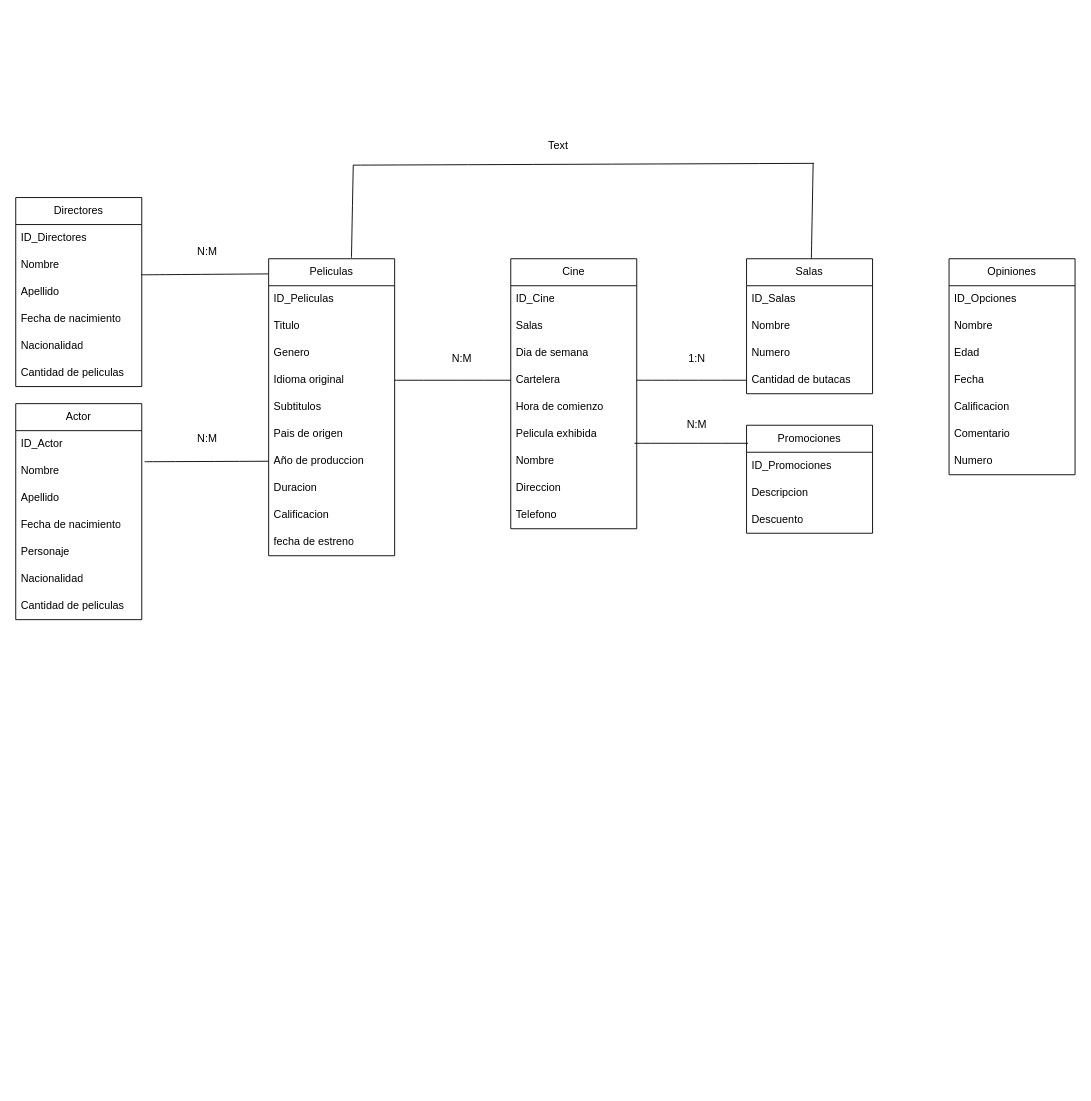
This is Diagrama sin título.drawio from Luc4sRuiz/Lucasrepositorios, a draw.io file, before an edit. Source tidied: cells renumbered, new cells numbered last; positions are measured from the earlier drawing's top-left corner, leaving out a move shared by most shapes. Both pictures are drawn from the tidied source at 90%, with x=0, y=0 at pixel (15, 132).
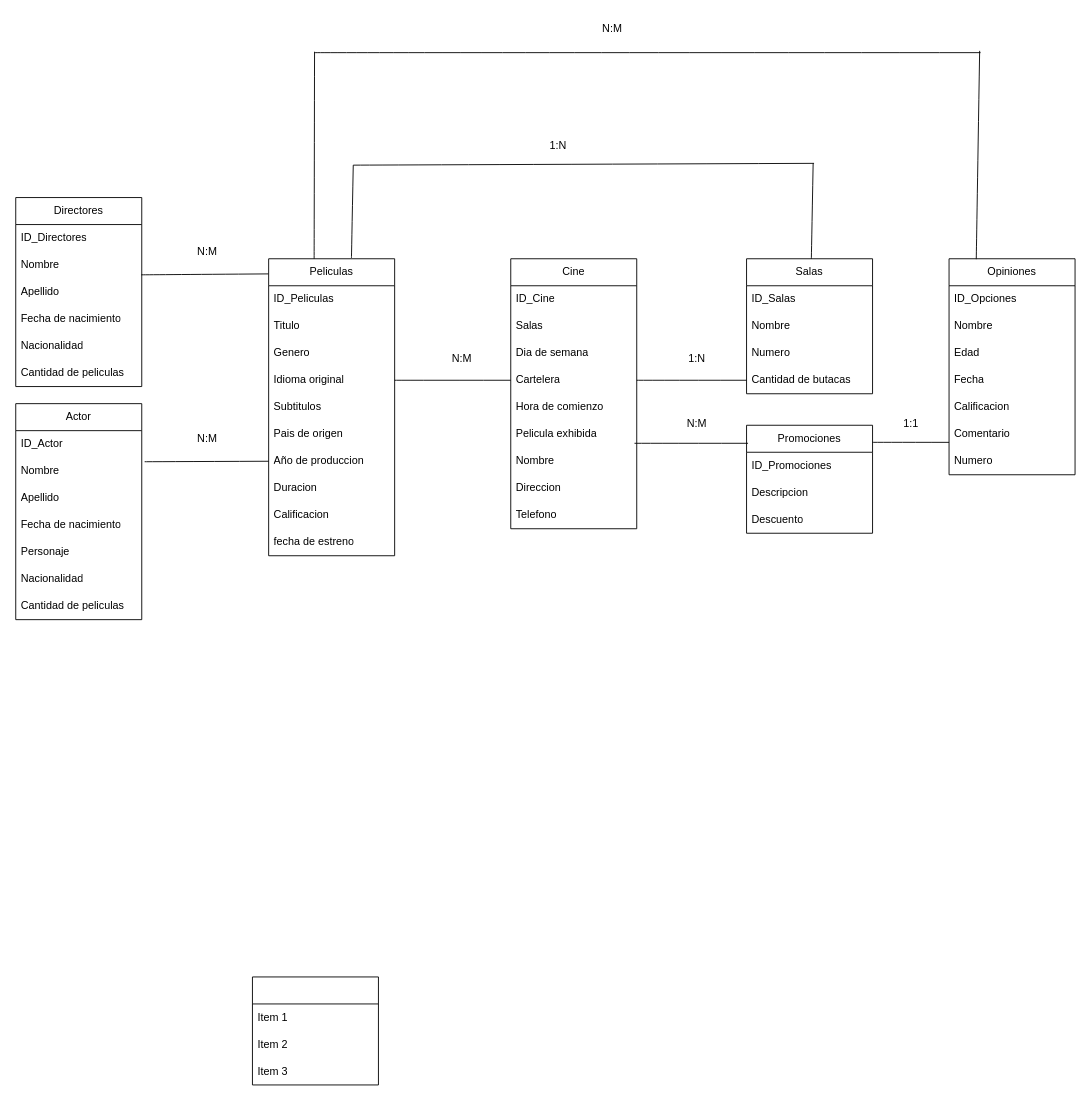
The same diagram, later.

Unchanged cells that the change refers to:
```xml
<mxCell id="2" value="Peliculas" style="swimlane;fontStyle=0;horizontal=1;startSize=30;whiteSpace=wrap;html=1;" parent="1" vertex="1">
  <mxGeometry x="281" y="140" width="140" height="330" as="geometry" />
</mxCell>
<mxCell id="43" value="Promociones" style="swimlane;fontStyle=0;horizontal=1;startSize=30;whiteSpace=wrap;html=1;" parent="1" vertex="1">
  <mxGeometry x="812" y="325" width="140" height="120" as="geometry" />
</mxCell>
<mxCell id="47" value="Opiniones" style="swimlane;fontStyle=0;horizontal=1;startSize=30;whiteSpace=wrap;html=1;" parent="1" vertex="1">
  <mxGeometry x="1037" y="140" width="140" height="240" as="geometry" />
</mxCell>
```

Change to the diagram source:
```diff
@@
-    <mxCell id="68" value="Text" style="text;html=1;align=center;verticalAlign=middle;whiteSpace=wrap;rounded=0;" parent="1" vertex="1">
+    <mxCell id="68" value="1:N" style="text;html=1;align=center;verticalAlign=middle;whiteSpace=wrap;rounded=0;" parent="1" vertex="1">
       <mxGeometry x="573" width="60" height="30" as="geometry" />
     </mxCell>
+    <mxCell id="69" style="endArrow=none;html=1;rounded=0;fontSize=12;startSize=8;endSize=8;curved=1;exitX=1;exitY=0.158;exitDx=0;exitDy=0;exitPerimeter=0;" parent="1" edge="1" source="43">
+      <mxGeometry relative="1" as="geometry">
+        <mxPoint x="1037" y="344" as="targetPoint" />
+      </mxGeometry>
+    </mxCell>
+    <mxCell id="70" value="1:1" style="text;html=1;align=center;verticalAlign=middle;whiteSpace=wrap;rounded=0;" parent="1" vertex="1">
+      <mxGeometry x="965" y="309" width="60" height="30" as="geometry" />
+    </mxCell>
+    <mxCell id="71" style="endArrow=none;html=1;rounded=0;fontSize=12;startSize=8;endSize=8;curved=1;exitX=0.361;exitY=0;exitDx=0;exitDy=0;exitPerimeter=0;" parent="1" edge="1" source="2">
+      <mxGeometry relative="1" as="geometry">
+        <mxPoint x="332" y="-90" as="targetPoint" />
+      </mxGeometry>
+    </mxCell>
+    <mxCell id="72" style="endArrow=none;html=1;rounded=0;fontSize=12;startSize=8;endSize=8;curved=1;" parent="1" edge="1">
+      <mxGeometry relative="1" as="geometry">
+        <mxPoint x="332" y="-89" as="sourcePoint" />
+        <mxPoint x="1072" y="-89" as="targetPoint" />
+      </mxGeometry>
+    </mxCell>
+    <mxCell id="73" style="endArrow=none;html=1;rounded=0;fontSize=12;startSize=8;endSize=8;curved=1;exitX=0.216;exitY=0.002;exitDx=0;exitDy=0;exitPerimeter=0;" parent="1" edge="1" source="47">
+      <mxGeometry relative="1" as="geometry">
+        <mxPoint x="1071" y="-91" as="targetPoint" />
+      </mxGeometry>
+    </mxCell>
+    <mxCell id="74" value="N:M" style="text;html=1;align=center;verticalAlign=middle;whiteSpace=wrap;rounded=0;" parent="1" vertex="1">
+      <mxGeometry x="633" y="-130" width="60" height="30" as="geometry" />
+    </mxCell>
+    <mxCell id="75" value="&lt;div&gt;&lt;br&gt;&lt;/div&gt;&lt;div&gt;&lt;br&gt;&lt;/div&gt;" style="swimlane;fontStyle=0;horizontal=1;startSize=30;whiteSpace=wrap;html=1;" parent="1" vertex="1">
+      <mxGeometry x="263" y="938" width="140" height="120" as="geometry" />
+    </mxCell>
+    <mxCell id="76" value="Item 1" style="text;strokeColor=none;fillColor=none;align=left;verticalAlign=middle;spacingLeft=4;spacingRight=4;overflow=hidden;whiteSpace=wrap;html=1;" parent="75" vertex="1">
+      <mxGeometry y="30" width="140" height="30" as="geometry" />
+    </mxCell>
+    <mxCell id="77" value="Item 2" style="text;strokeColor=none;fillColor=none;align=left;verticalAlign=middle;spacingLeft=4;spacingRight=4;overflow=hidden;whiteSpace=wrap;html=1;" parent="75" vertex="1">
+      <mxGeometry y="60" width="140" height="30" as="geometry" />
+    </mxCell>
+    <mxCell id="78" value="Item 3" style="text;strokeColor=none;fillColor=none;align=left;verticalAlign=middle;spacingLeft=4;spacingRight=4;overflow=hidden;whiteSpace=wrap;html=1;" parent="75" vertex="1">
+      <mxGeometry y="90" width="140" height="30" as="geometry" />
+    </mxCell>
```
